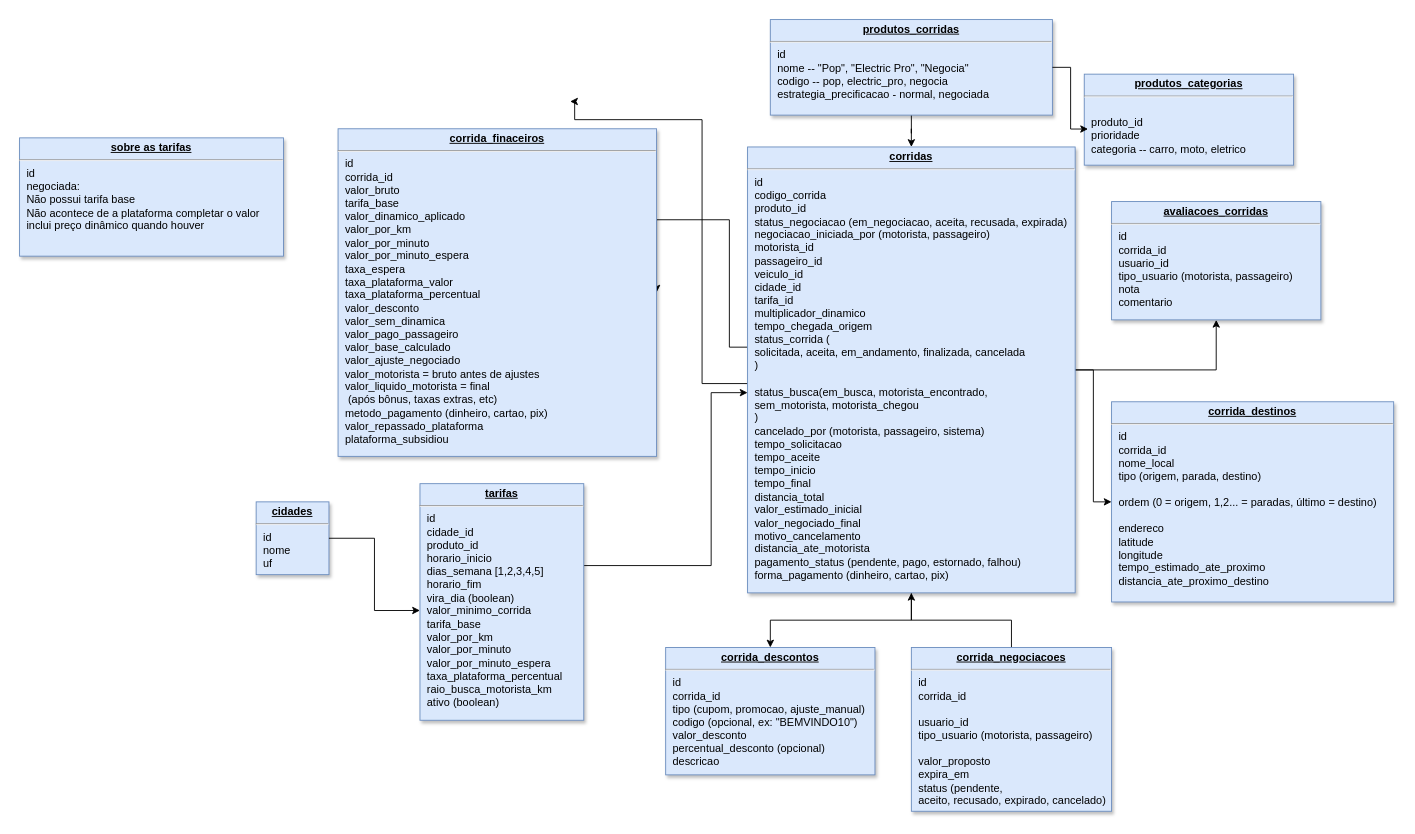
Before: page "corridas" (2 of 2) of Diagrama sem nome.drawio in PnA-Publicidade/aplicativo-mobilidade-urbana-backend, a draw.io diagram. Source tidied: cells renumbered, new cells numbered last; positions are measured from the earlier drawing's top-left corner, leaving out a move shared by most shapes. Both pictures are drawn from the tidied source at 91%, with x=0, y=0 at pixel (19, 19).
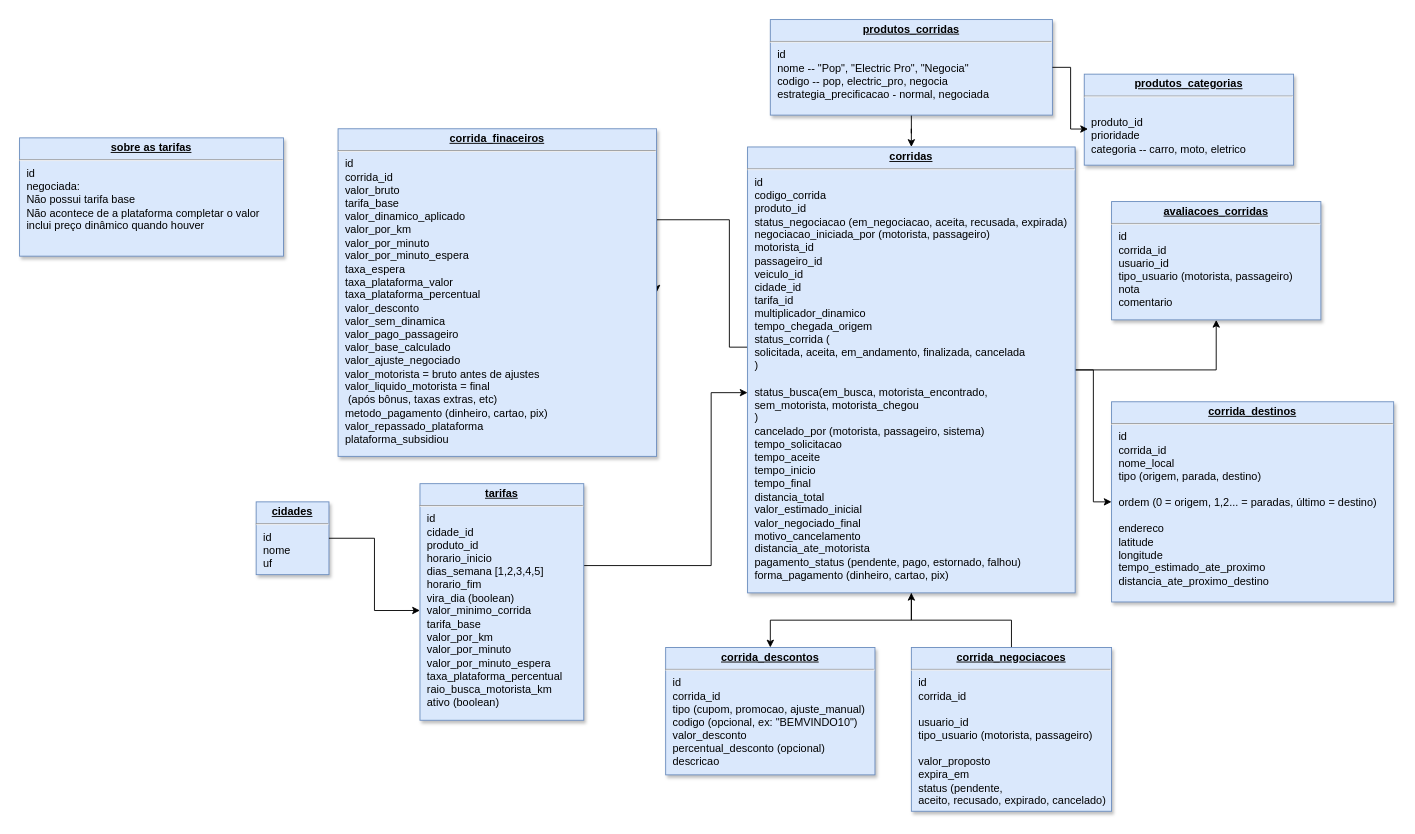
The same diagram, later.

Unchanged cells that the change refers to:
```xml
<mxCell id="7" value="&lt;p style=&quot;margin: 0px ; margin-top: 4px ; text-align: center ; text-decoration: underline&quot;&gt;&lt;b&gt;corridas&lt;/b&gt;&lt;/p&gt;&lt;hr&gt;&lt;p style=&quot;margin: 0px ; margin-left: 8px&quot;&gt;id&lt;/p&gt;&lt;p style=&quot;margin: 0px ; margin-left: 8px&quot;&gt;codigo_corrida&lt;/p&gt;&lt;p style=&quot;margin: 0px ; margin-left: 8px&quot;&gt;produto_id&lt;/p&gt;&lt;p style=&quot;margin: 0px ; margin-left: 8px&quot;&gt;status_&lt;span style=&quot;background-color: transparent; color: light-dark(rgb(0, 0, 0), rgb(255, 255, 255));&quot;&gt;negociacao&lt;/span&gt;&lt;span style=&quot;background-color: transparent; color: light-dark(rgb(0, 0, 0), rgb(255, 255, 255));&quot;&gt;&amp;nbsp;(em_negociacao, aceita, recusada, expirada)&lt;/span&gt;&lt;/p&gt;&lt;p style=&quot;margin: 0px ; margin-left: 8px&quot;&gt;negociacao_iniciada_por (motorista, passageiro)&lt;/p&gt;&lt;p style=&quot;margin: 0px ; margin-left: 8px&quot;&gt;motorista_id&lt;/p&gt;&lt;p style=&quot;margin: 0px ; margin-left: 8px&quot;&gt;passageiro_id&lt;/p&gt;&lt;p style=&quot;margin: 0px ; margin-left: 8px&quot;&gt;veiculo_id&amp;nbsp;&lt;/p&gt;&lt;p style=&quot;margin: 0px ; margin-left: 8px&quot;&gt;cidade_id&lt;/p&gt;&lt;p style=&quot;margin: 0px ; margin-left: 8px&quot;&gt;tarifa_id&lt;/p&gt;&lt;p style=&quot;margin: 0px ; margin-left: 8px&quot;&gt;multiplicador_dinamico&lt;/p&gt;&lt;p style=&quot;margin: 0px ; margin-left: 8px&quot;&gt;tempo_chegada_origem&lt;/p&gt;&lt;p style=&quot;margin: 0px ; margin-left: 8px&quot;&gt;status_&lt;span style=&quot;background-color: transparent; color: light-dark(rgb(0, 0, 0), rgb(255, 255, 255));&quot;&gt;corrida&lt;/span&gt;&lt;span style=&quot;background-color: transparent; color: light-dark(rgb(0, 0, 0), rgb(255, 255, 255));&quot;&gt;&amp;nbsp;(&lt;/span&gt;&lt;/p&gt;&lt;p style=&quot;margin: 0px ; margin-left: 8px&quot;&gt;solicitada, aceita, em_andamento, finalizada, cancelada&lt;/p&gt;&lt;p style=&quot;margin: 0px ; margin-left: 8px&quot;&gt;)&lt;/p&gt;&lt;p style=&quot;margin: 0px ; margin-left: 8px&quot;&gt;&lt;br&gt;&lt;/p&gt;&lt;p style=&quot;margin: 0px 0px 0px 8px;&quot;&gt;status_busca&lt;span style=&quot;background-color: transparent; color: light-dark(rgb(0, 0, 0), rgb(255, 255, 255));&quot;&gt;(&lt;/span&gt;&lt;span style=&quot;background-color: transparent; color: light-dark(rgb(0, 0, 0), rgb(255, 255, 255));&quot;&gt;em_busca,&amp;nbsp;&lt;/span&gt;&lt;span style=&quot;background-color: transparent; color: light-dark(rgb(0, 0, 0), rgb(255, 255, 255));&quot;&gt;motorista_encontrado,&lt;/span&gt;&lt;span style=&quot;background-color: transparent; color: light-dark(rgb(0, 0, 0), rgb(255, 255, 255));&quot;&gt;&amp;nbsp;&lt;/span&gt;&lt;/p&gt;&lt;p style=&quot;margin: 0px 0px 0px 8px;&quot;&gt;&lt;span style=&quot;background-color: transparent; color: light-dark(rgb(0, 0, 0), rgb(255, 255, 255));&quot;&gt;sem_motorista,&amp;nbsp;&lt;/span&gt;&lt;span style=&quot;background-color: transparent; color: light-dark(rgb(0, 0, 0), rgb(255, 255, 255));&quot;&gt;motorista_chegou&lt;/span&gt;&lt;/p&gt;&lt;p style=&quot;margin: 0px 0px 0px 8px;&quot;&gt;&lt;span style=&quot;background-color: transparent; color: light-dark(rgb(0, 0, 0), rgb(255, 255, 255));&quot;&gt;)&lt;/span&gt;&lt;/p&gt;&lt;p style=&quot;margin: 0px ; margin-left: 8px&quot;&gt;cancelado_por (motorista, passageiro, sistema)&lt;/p&gt;&lt;p style=&quot;margin: 0px ; margin-left: 8px&quot;&gt;tempo_solicitacao&lt;/p&gt;&lt;p style=&quot;margin: 0px ; margin-left: 8px&quot;&gt;tempo_aceite&lt;/p&gt;&lt;p style=&quot;margin: 0px ; margin-left: 8px&quot;&gt;tempo_inicio&lt;/p&gt;&lt;p style=&quot;margin: 0px ; margin-left: 8px&quot;&gt;tempo_final&lt;/p&gt;&lt;p style=&quot;margin: 0px ; margin-left: 8px&quot;&gt;distancia_total&lt;/p&gt;&lt;p style=&quot;margin: 0px ; margin-left: 8px&quot;&gt;valor_estimado_inicial&lt;/p&gt;&lt;p style=&quot;margin: 0px ; margin-left: 8px&quot;&gt;valor_negociado_final&lt;/p&gt;&lt;p style=&quot;margin: 0px ; margin-left: 8px&quot;&gt;motivo_cancelamento&lt;/p&gt;&lt;p style=&quot;margin: 0px ; margin-left: 8px&quot;&gt;distancia_ate_motorista&lt;/p&gt;&lt;p style=&quot;margin: 0px ; margin-left: 8px&quot;&gt;pagamento_status (pendente, pago, estornado, falhou)&lt;/p&gt;&lt;p style=&quot;margin: 0px ; margin-left: 8px&quot;&gt;forma_pagamento (dinheiro, cartao, pix)&lt;/p&gt;" style="verticalAlign=top;align=left;overflow=fill;fontSize=12;fontFamily=Helvetica;html=1;strokeColor=#6c8ebf;shadow=1;fillColor=#dae8fc;" parent="1" vertex="1">
  <mxGeometry x="800" y="140" width="360" height="490" as="geometry" />
</mxCell>
```

What changed in the source:
```diff
@@
-    <mxCell id="6" style="edgeStyle=orthogonalEdgeStyle;rounded=0;jettySize=auto;html=1;entryX=0.5;entryY=1;entryDx=0;entryDy=0;" parent="1" edge="1" source="7">
-      <mxGeometry relative="1" as="geometry">
-        <mxPoint x="605" y="90" as="targetPoint" />
-        <Array as="points">
-          <mxPoint x="750" y="400" />
-          <mxPoint x="750" y="110" />
-          <mxPoint x="610" y="110" />
-          <mxPoint x="610" y="90" />
-        </Array>
-      </mxGeometry>
-    </mxCell>
```
